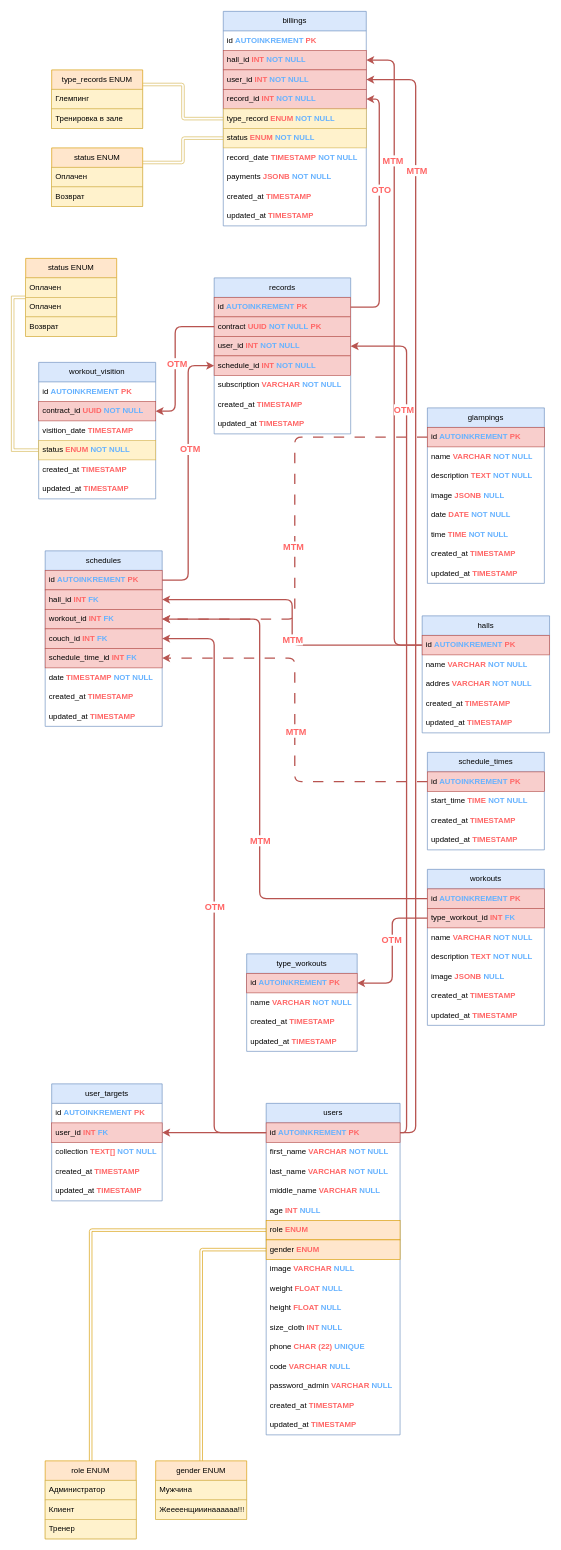
Above: page "Database" (1 of 2) of docs/schema.drawio in RemoteTechnology/JalurAdmin (draw.io), before the change. Source tidied: cells renumbered, new cells numbered last; positions are measured from the earlier drawing's top-left corner, leaving out a move shared by most shapes. Both pictures are drawn from the tidied source at 65%, with x=0, y=0 at pixel (25, 11).
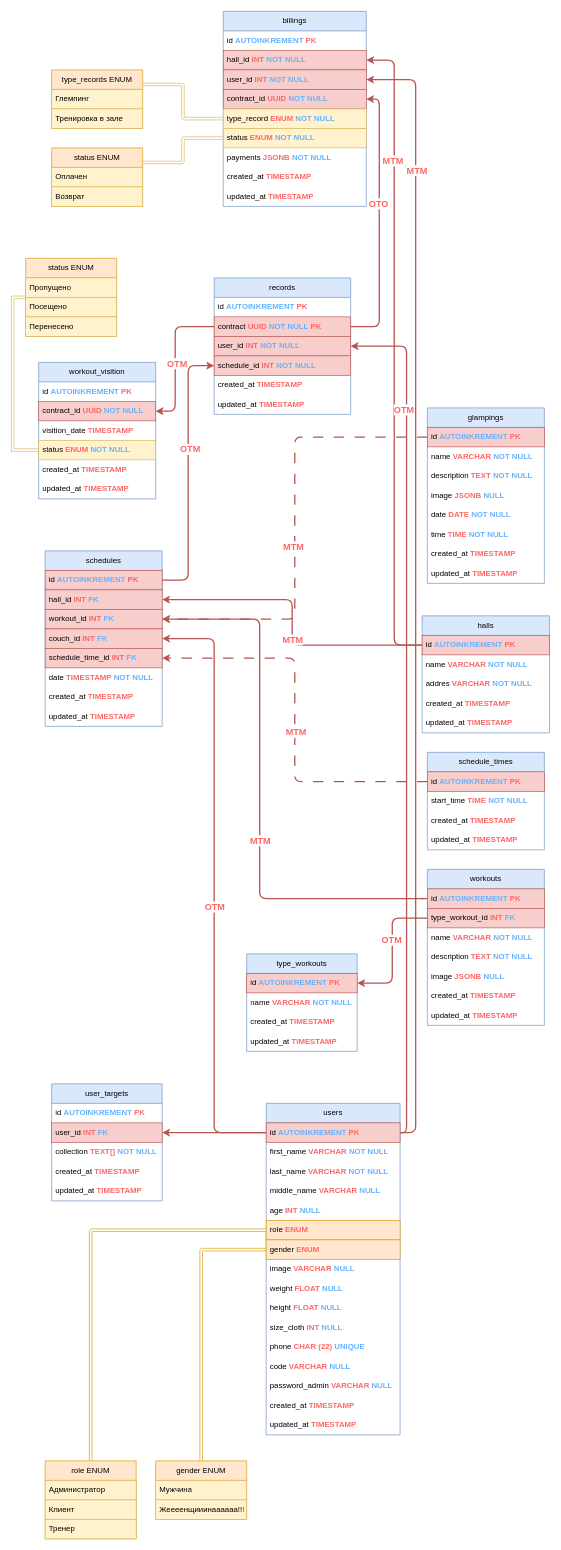
The same diagram, later.

The change refers to these unchanged cells:
```xml
<mxCell id="86" value="contract&amp;nbsp;&lt;b&gt;&lt;font color=&quot;#ff6666&quot;&gt;UUID&lt;/font&gt;&lt;/b&gt;&amp;nbsp;&lt;b&gt;&lt;font color=&quot;#66b2ff&quot;&gt;NOT NULL&amp;nbsp;&lt;/font&gt;&lt;/b&gt;&lt;b style=&quot;border-color: var(--border-color);&quot;&gt;&lt;font style=&quot;border-color: var(--border-color);&quot; color=&quot;#ff6666&quot;&gt;PK&lt;/font&gt;&lt;/b&gt;" style="text;strokeColor=#b85450;fillColor=#f8cecc;align=left;verticalAlign=middle;spacingLeft=4;spacingRight=4;overflow=hidden;points=[[0,0.5],[1,0.5]];portConstraint=eastwest;whiteSpace=wrap;html=1;" parent="84" vertex="1">
  <mxGeometry y="60" width="210" height="30" as="geometry" />
</mxCell>
<mxCell id="134" value="status ENUM" style="swimlane;fontStyle=0;horizontal=1;startSize=30;whiteSpace=wrap;html=1;fillColor=#ffe6cc;strokeColor=#d79b00;" parent="1" vertex="1">
  <mxGeometry y="380" width="140" height="120" as="geometry" />
</mxCell>
```

Change to the diagram source:
```diff
@@
     <mxCell id="84" value="records" style="swimlane;fontStyle=0;horizontal=1;startSize=30;whiteSpace=wrap;html=1;fillColor=#dae8fc;strokeColor=#6c8ebf;" parent="1" vertex="1">
-      <mxGeometry x="290" y="410" width="210" height="240" as="geometry" />
+      <mxGeometry x="290" y="410" width="210" height="210" as="geometry" />
     </mxCell>
-    <mxCell id="85" value="id&amp;nbsp;&lt;b style=&quot;border-color: var(--border-color);&quot;&gt;&lt;font style=&quot;border-color: var(--border-color);&quot; color=&quot;#66b2ff&quot;&gt;AUTOINKREMENT&lt;/font&gt;&lt;/b&gt;&amp;nbsp;&lt;b style=&quot;border-color: var(--border-color);&quot;&gt;&lt;font style=&quot;border-color: var(--border-color);&quot; color=&quot;#ff6666&quot;&gt;PK&lt;/font&gt;&lt;/b&gt;" style="text;align=left;verticalAlign=middle;spacingLeft=4;spacingRight=4;overflow=hidden;points=[[0,0.5],[1,0.5]];portConstraint=eastwest;whiteSpace=wrap;html=1;fillColor=#f8cecc;strokeColor=#b85450;" parent="84" vertex="1">
+    <mxCell id="85" value="id&amp;nbsp;&lt;b style=&quot;border-color: var(--border-color);&quot;&gt;&lt;font style=&quot;border-color: var(--border-color);&quot; color=&quot;#66b2ff&quot;&gt;AUTOINKREMENT&lt;/font&gt;&lt;/b&gt;&amp;nbsp;&lt;b style=&quot;border-color: var(--border-color);&quot;&gt;&lt;font style=&quot;border-color: var(--border-color);&quot; color=&quot;#ff6666&quot;&gt;PK&lt;/font&gt;&lt;/b&gt;" style="text;align=left;verticalAlign=middle;spacingLeft=4;spacingRight=4;overflow=hidden;points=[[0,0.5],[1,0.5]];portConstraint=eastwest;whiteSpace=wrap;html=1;" parent="84" vertex="1">
       <mxGeometry y="30" width="210" height="30" as="geometry" />
     </mxCell>
@@
-    <mxCell id="89" value="subscription&amp;nbsp;&lt;b style=&quot;border-color: var(--border-color);&quot;&gt;&lt;font style=&quot;border-color: var(--border-color);&quot; color=&quot;#ff6666&quot;&gt;VARCHAR&amp;nbsp;&lt;/font&gt;&lt;/b&gt;&lt;b style=&quot;border-color: var(--border-color);&quot;&gt;&lt;font style=&quot;border-color: var(--border-color);&quot; color=&quot;#66b2ff&quot;&gt;NOT NULL&lt;/font&gt;&lt;/b&gt;" style="text;strokeColor=none;fillColor=none;align=left;verticalAlign=middle;spacingLeft=4;spacingRight=4;overflow=hidden;whiteSpace=wrap;html=1;" parent="84" vertex="1">
-      <mxGeometry y="150" width="210" height="30" as="geometry" />
-    </mxCell>
     <mxCell id="90" value="created_at&amp;nbsp;&lt;b style=&quot;border-color: var(--border-color);&quot;&gt;&lt;font style=&quot;border-color: var(--border-color);&quot; color=&quot;#ff6666&quot;&gt;TIMESTAMP&lt;/font&gt;&lt;/b&gt;" style="text;strokeColor=none;fillColor=none;align=left;verticalAlign=middle;spacingLeft=4;spacingRight=4;overflow=hidden;whiteSpace=wrap;html=1;" parent="84" vertex="1">
-      <mxGeometry y="180" width="210" height="30" as="geometry" />
+      <mxGeometry y="150" width="210" height="30" as="geometry" />
     </mxCell>
     <mxCell id="91" value="updated_at&amp;nbsp;&lt;b style=&quot;border-color: var(--border-color);&quot;&gt;&lt;font style=&quot;border-color: var(--border-color);&quot; color=&quot;#ff6666&quot;&gt;TIMESTAMP&lt;/font&gt;&lt;/b&gt;" style="text;strokeColor=none;fillColor=none;align=left;verticalAlign=middle;spacingLeft=4;spacingRight=4;overflow=hidden;whiteSpace=wrap;html=1;" parent="84" vertex="1">
-      <mxGeometry y="210" width="210" height="30" as="geometry" />
+      <mxGeometry y="180" width="210" height="30" as="geometry" />
     </mxCell>
@@
     <mxCell id="103" value="billings" style="swimlane;fontStyle=0;horizontal=1;startSize=30;whiteSpace=wrap;html=1;fillColor=#dae8fc;strokeColor=#6c8ebf;" parent="1" vertex="1">
-      <mxGeometry x="304" width="220" height="330" as="geometry" />
+      <mxGeometry x="304" width="220" height="300" as="geometry" />
     </mxCell>
@@
-    <mxCell id="107" value="record_id&amp;nbsp;&lt;b style=&quot;border-color: var(--border-color);&quot;&gt;&lt;font style=&quot;border-color: var(--border-color);&quot; color=&quot;#ff6666&quot;&gt;INT&lt;/font&gt;&lt;/b&gt;&amp;nbsp;&lt;b style=&quot;border-color: var(--border-color);&quot;&gt;&lt;font style=&quot;border-color: var(--border-color);&quot; color=&quot;#66b2ff&quot;&gt;NOT NULL&lt;/font&gt;&lt;/b&gt;" style="text;align=left;verticalAlign=middle;spacingLeft=4;spacingRight=4;overflow=hidden;points=[[0,0.5],[1,0.5]];portConstraint=eastwest;whiteSpace=wrap;html=1;fillColor=#f8cecc;strokeColor=#b85450;" parent="103" vertex="1">
+    <mxCell id="107" value="contract_id&amp;nbsp;&lt;b style=&quot;border-color: var(--border-color);&quot;&gt;&lt;font style=&quot;border-color: var(--border-color);&quot; color=&quot;#ff6666&quot;&gt;UUID&lt;/font&gt;&lt;/b&gt;&amp;nbsp;&lt;b style=&quot;border-color: var(--border-color);&quot;&gt;&lt;font style=&quot;border-color: var(--border-color);&quot; color=&quot;#66b2ff&quot;&gt;NOT NULL&lt;/font&gt;&lt;/b&gt;" style="text;align=left;verticalAlign=middle;spacingLeft=4;spacingRight=4;overflow=hidden;points=[[0,0.5],[1,0.5]];portConstraint=eastwest;whiteSpace=wrap;html=1;fillColor=#f8cecc;strokeColor=#b85450;" parent="103" vertex="1">
       <mxGeometry y="120" width="220" height="30" as="geometry" />
     </mxCell>
@@
-    <mxCell id="110" value="record_date&amp;nbsp;&lt;b style=&quot;border-color: var(--border-color);&quot;&gt;&lt;font style=&quot;border-color: var(--border-color);&quot; color=&quot;#ff6666&quot;&gt;TIMESTAMP&lt;/font&gt;&lt;/b&gt;&amp;nbsp;&lt;b style=&quot;border-color: var(--border-color);&quot;&gt;&lt;font style=&quot;border-color: var(--border-color);&quot; color=&quot;#66b2ff&quot;&gt;NOT NULL&lt;/font&gt;&lt;/b&gt;" style="text;align=left;verticalAlign=middle;spacingLeft=4;spacingRight=4;overflow=hidden;whiteSpace=wrap;html=1;" parent="103" vertex="1">
-      <mxGeometry y="210" width="220" height="30" as="geometry" />
-    </mxCell>
     <mxCell id="111" value="payments&amp;nbsp;&lt;font color=&quot;#ff6666&quot;&gt;&lt;b&gt;JSONB&lt;/b&gt;&lt;/font&gt;&amp;nbsp;&lt;b style=&quot;border-color: var(--border-color);&quot;&gt;&lt;font style=&quot;border-color: var(--border-color);&quot; color=&quot;#66b2ff&quot;&gt;NOT NULL&lt;/font&gt;&lt;/b&gt;" style="text;align=left;verticalAlign=middle;spacingLeft=4;spacingRight=4;overflow=hidden;whiteSpace=wrap;html=1;" parent="103" vertex="1">
-      <mxGeometry y="240" width="220" height="30" as="geometry" />
+      <mxGeometry y="210" width="220" height="30" as="geometry" />
     </mxCell>
     <mxCell id="112" value="created_at&amp;nbsp;&lt;b style=&quot;border-color: var(--border-color);&quot;&gt;&lt;font style=&quot;border-color: var(--border-color);&quot; color=&quot;#ff6666&quot;&gt;TIMESTAMP&lt;/font&gt;&lt;/b&gt;" style="text;strokeColor=none;fillColor=none;align=left;verticalAlign=middle;spacingLeft=4;spacingRight=4;overflow=hidden;whiteSpace=wrap;html=1;" parent="103" vertex="1">
-      <mxGeometry y="270" width="220" height="30" as="geometry" />
+      <mxGeometry y="240" width="220" height="30" as="geometry" />
     </mxCell>
     <mxCell id="113" value="updated_at&amp;nbsp;&lt;b style=&quot;border-color: var(--border-color);&quot;&gt;&lt;font style=&quot;border-color: var(--border-color);&quot; color=&quot;#ff6666&quot;&gt;TIMESTAMP&lt;/font&gt;&lt;/b&gt;" style="text;strokeColor=none;fillColor=none;align=left;verticalAlign=middle;spacingLeft=4;spacingRight=4;overflow=hidden;whiteSpace=wrap;html=1;" parent="103" vertex="1">
-      <mxGeometry y="300" width="220" height="30" as="geometry" />
+      <mxGeometry y="270" width="220" height="30" as="geometry" />
     </mxCell>
@@
-    <mxCell id="135" value="Оплачен" style="text;strokeColor=#d6b656;fillColor=#fff2cc;align=left;verticalAlign=middle;spacingLeft=4;spacingRight=4;overflow=hidden;whiteSpace=wrap;html=1;" parent="134" vertex="1">
+    <mxCell id="135" value="Пропущено" style="text;strokeColor=#d6b656;fillColor=#fff2cc;align=left;verticalAlign=middle;spacingLeft=4;spacingRight=4;overflow=hidden;whiteSpace=wrap;html=1;" parent="134" vertex="1">
       <mxGeometry y="30" width="140" height="30" as="geometry" />
     </mxCell>
-    <mxCell id="136" value="Оплачен" style="text;strokeColor=#d6b656;fillColor=#fff2cc;align=left;verticalAlign=middle;spacingLeft=4;spacingRight=4;overflow=hidden;whiteSpace=wrap;html=1;" parent="134" vertex="1">
+    <mxCell id="136" value="Посещено" style="text;strokeColor=#d6b656;fillColor=#fff2cc;align=left;verticalAlign=middle;spacingLeft=4;spacingRight=4;overflow=hidden;whiteSpace=wrap;html=1;" parent="134" vertex="1">
       <mxGeometry y="60" width="140" height="30" as="geometry" />
     </mxCell>
-    <mxCell id="137" value="Возврат" style="text;strokeColor=#d6b656;fillColor=#fff2cc;align=left;verticalAlign=middle;spacingLeft=4;spacingRight=4;overflow=hidden;whiteSpace=wrap;html=1;" parent="134" vertex="1">
+    <mxCell id="137" value="Перенесено" style="text;strokeColor=#d6b656;fillColor=#fff2cc;align=left;verticalAlign=middle;spacingLeft=4;spacingRight=4;overflow=hidden;whiteSpace=wrap;html=1;" parent="134" vertex="1">
       <mxGeometry y="90" width="140" height="30" as="geometry" />
     </mxCell>
-    <mxCell id="138" style="edgeStyle=orthogonalEdgeStyle;rounded=1;jettySize=auto;html=1;exitX=1;exitY=0.5;exitDx=0;exitDy=0;entryX=1;entryY=0.5;entryDx=0;entryDy=0;fillColor=#f8cecc;strokeColor=#b85450;curved=0;strokeWidth=2;" parent="1" edge="1" source="85" target="107">
-      <mxGeometry relative="1" as="geometry" />
-    </mxCell>
+    <mxCell id="140" style="edgeStyle=orthogonalEdgeStyle;rounded=1;jettySize=auto;html=1;exitX=1;exitY=0.5;exitDx=0;exitDy=0;entryX=1;entryY=0.5;entryDx=0;entryDy=0;curved=0;fillColor=#f8cecc;strokeColor=#b85450;strokeWidth=2;" parent="1" edge="1" source="86" target="107">
+      <mxGeometry relative="1" as="geometry" />
+    </mxCell>
-    <mxCell id="139" value="&lt;b&gt;&lt;font color=&quot;#ff6666&quot; style=&quot;font-size: 14px;&quot;&gt;OTO&lt;/font&gt;&lt;/b&gt;" style="edgeLabel;html=1;align=center;verticalAlign=middle;" parent="138" vertex="1">
-      <mxGeometry x="0.17" y="-2" relative="1" as="geometry" />
+    <mxCell id="139" value="&lt;b&gt;&lt;font style=&quot;font-size: 14px;&quot; color=&quot;#ff6666&quot;&gt;OTO&lt;/font&gt;&lt;/b&gt;" style="edgeLabel;html=1;align=center;verticalAlign=middle;" parent="140" vertex="1">
+      <mxGeometry x="0.13" y="2" relative="1" as="geometry" />
     </mxCell>
```
